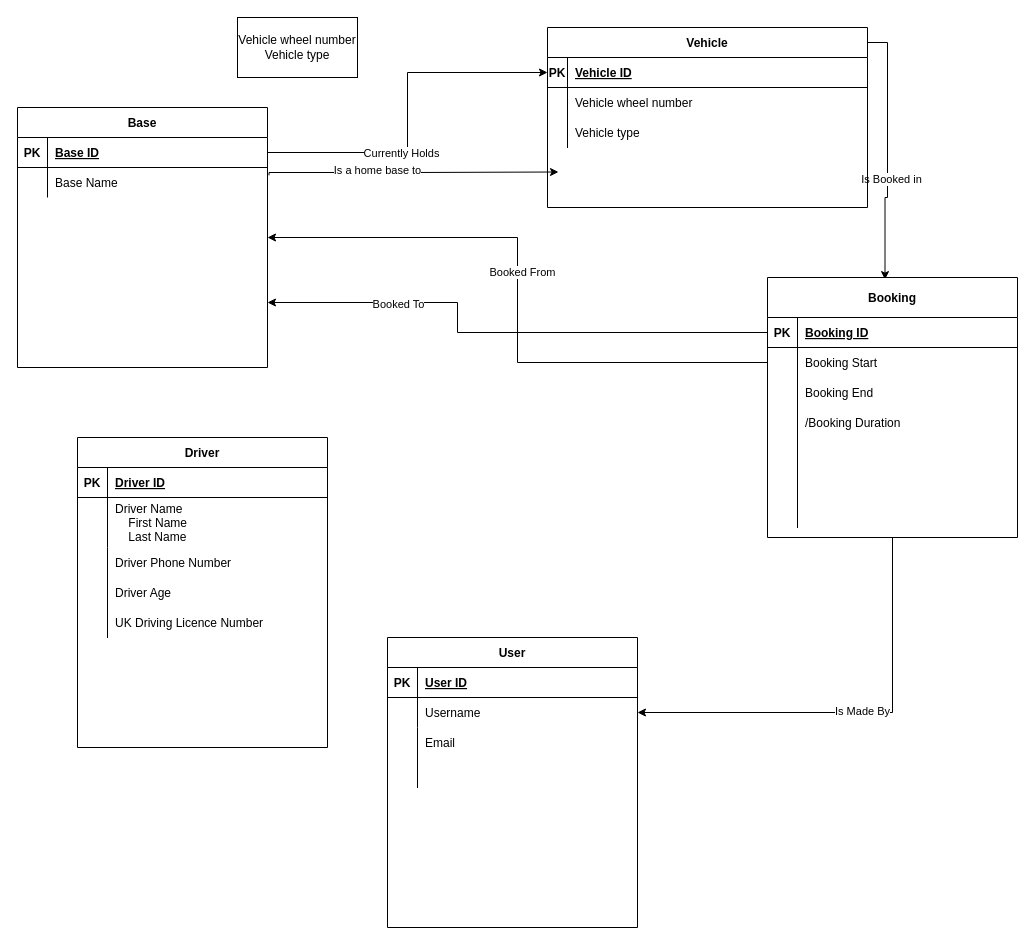
Above: CW1 ERD.drawio in Daniel-Fejdych/Daniel-Fejdych.github.io (draw.io), before the change. Source tidied: cells renumbered, new cells numbered last; positions are measured from the earlier drawing's top-left corner, leaving out a move shared by most shapes. Both pictures are drawn from the tidied source at 100%, with x=0, y=0 at pixel (17, 17).
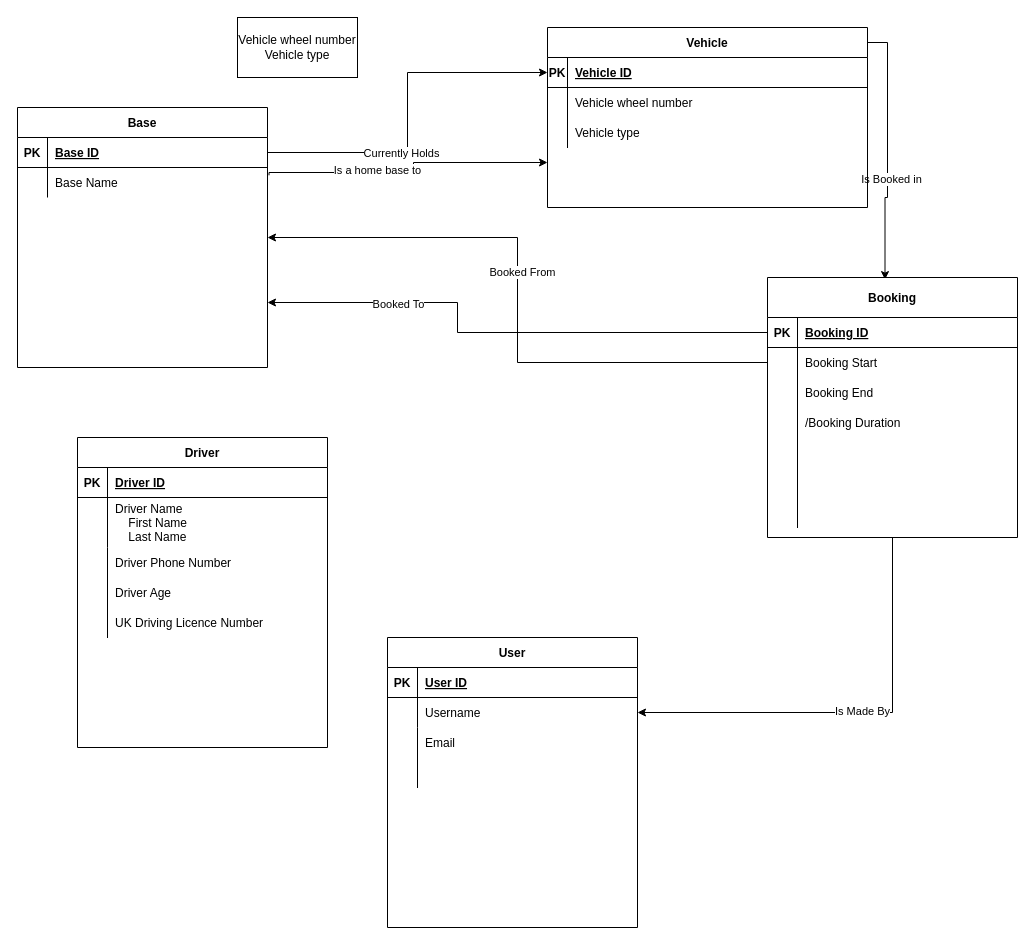
Above is the later version.

Unchanged cells that the change refers to:
```xml
<mxCell id="6" style="shape=partialRectangle;fillColor=none;points=[[0,0.5],[1,0.5]];portConstraint=eastwest;top=0;left=0;right=0;bottom=0;" parent="2" vertex="1">
  <mxGeometry y="60" width="250" height="30" as="geometry" />
</mxCell>
<mxCell id="58" value="Vehicle" style="shape=table;startSize=30;childLayout=tableLayout;rowLines=0;fontStyle=1;align=center;" parent="1" vertex="1">
  <mxGeometry x="530" y="10" width="320" height="180" as="geometry" />
</mxCell>
```

Diff of the diagram source:
```diff
@@
-    <mxCell id="33" style="edgeStyle=orthogonalEdgeStyle;rounded=0;jettySize=auto;html=1;exitX=1.006;exitY=0.26;exitDx=0;exitDy=0;entryX=0;entryY=0.5;entryDx=0;entryDy=0;exitPerimeter=0;" parent="1" edge="1" source="6">
+    <mxCell id="33" style="edgeStyle=orthogonalEdgeStyle;rounded=0;jettySize=auto;html=1;exitX=1.006;exitY=0.26;exitDx=0;exitDy=0;exitPerimeter=0;entryX=0;entryY=0.75;entryDx=0;entryDy=0;" parent="1" edge="1" source="6" target="58">
       <mxGeometry relative="1" as="geometry">
-        <mxPoint x="541" y="154.5" as="targetPoint" />
         <Array as="points">
           <mxPoint x="252" y="155" />
           <mxPoint x="396" y="155" />
+          <mxPoint x="396" y="145" />
         </Array>
       </mxGeometry>
     </mxCell>
```
